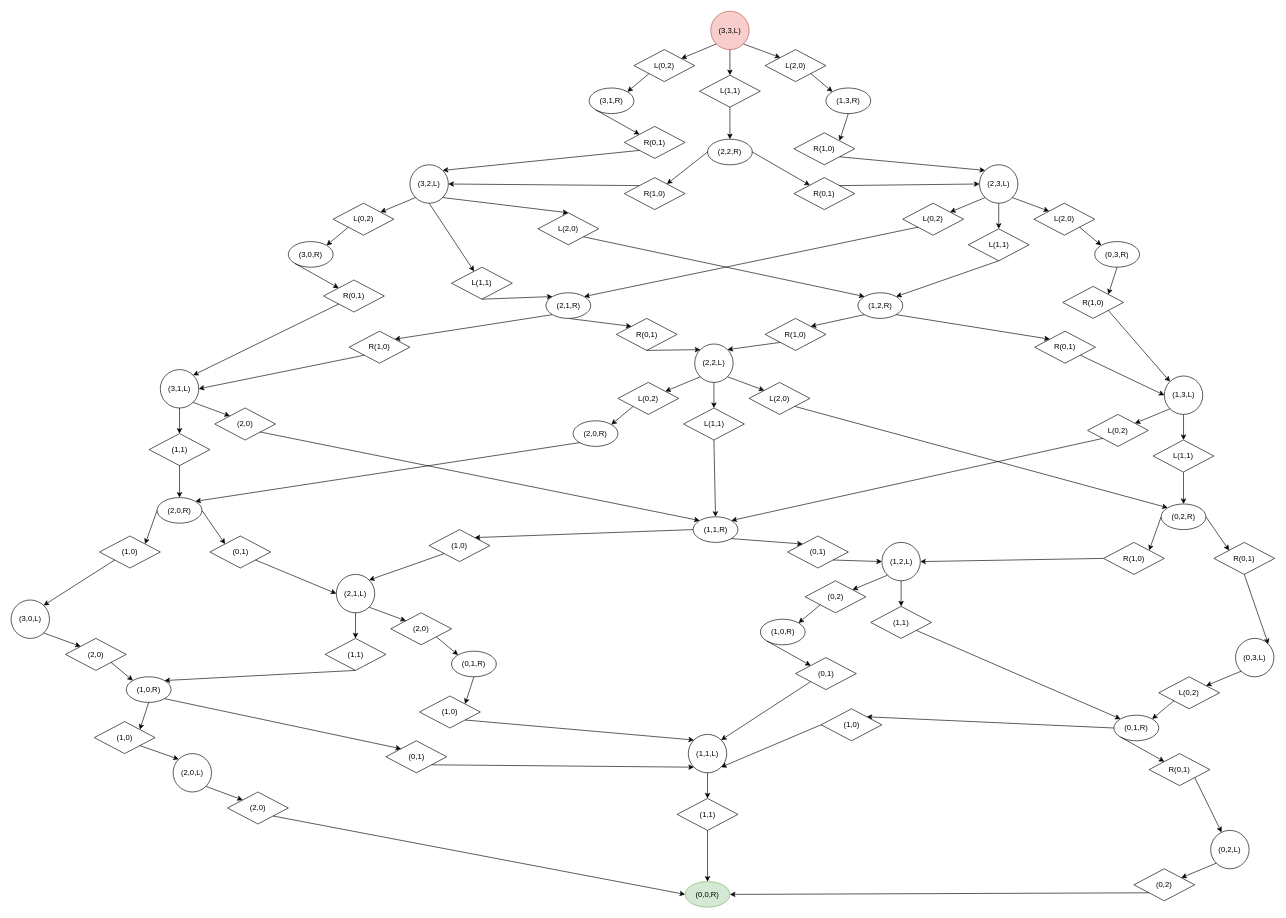
Before: Assignment 1.drawio in Vhuynh25/C-Homework, a draw.io diagram. Source tidied: cells renumbered, new cells numbered last; positions are measured from the earlier drawing's top-left corner, leaving out a move shared by most shapes. Both pictures are drawn from the tidied source at 64%, with x=0, y=0 at pixel (11, 11).
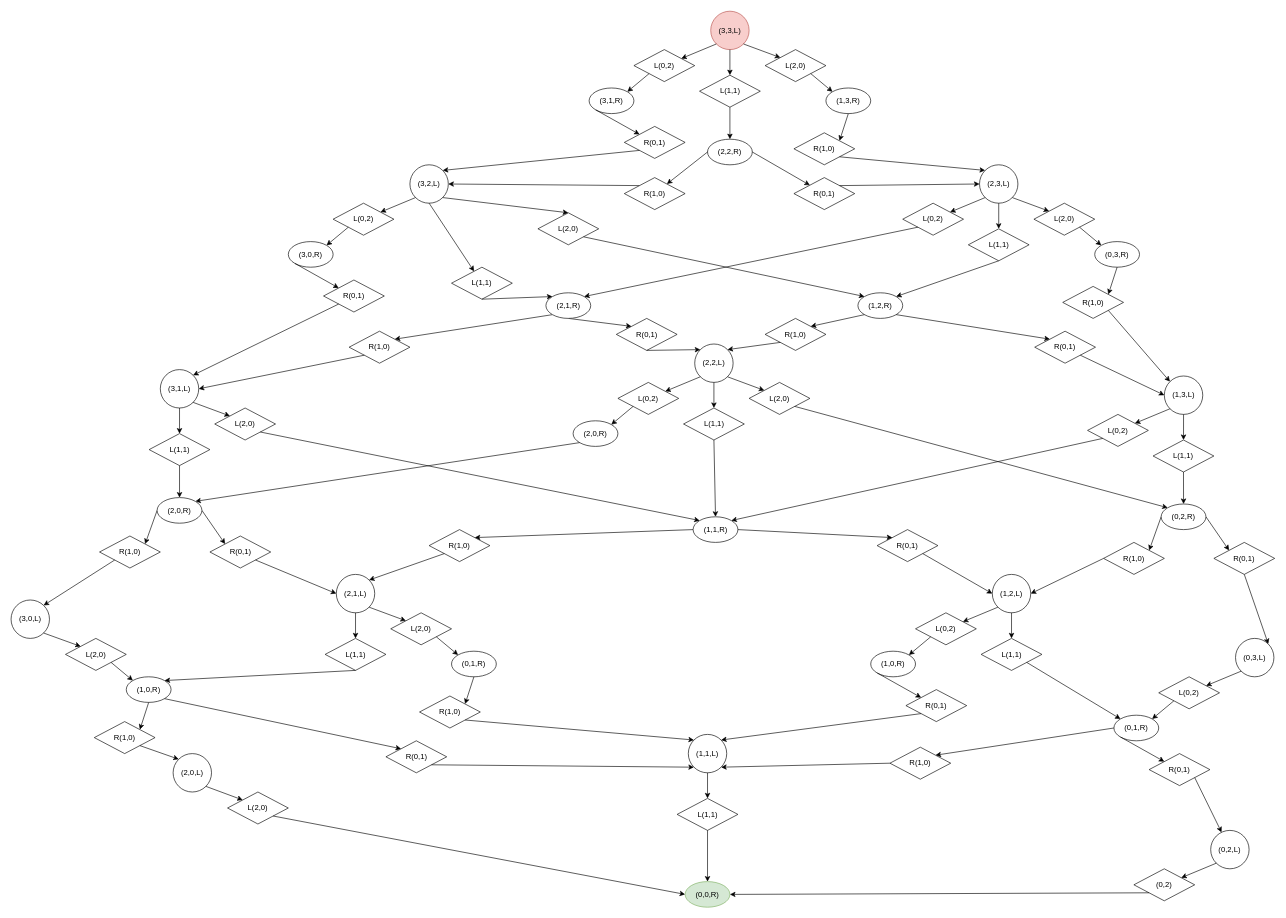
After the change.

The change refers to these unchanged cells:
```xml
<mxCell id="77" value="(1,1,R)" style="ellipse;whiteSpace=wrap;html=1;" parent="1" vertex="1">
  <mxGeometry x="1065.5" y="790" width="70" height="40" as="geometry" />
</mxCell>
```

What changed in the source:
```diff
@@
-    <mxCell id="78" value="(0,1)" style="rhombus;whiteSpace=wrap;html=1;" parent="1" vertex="1">
-      <mxGeometry x="1213" y="820" width="95" height="50" as="geometry" />
+    <mxCell id="78" value="R(0,1)" style="rhombus;whiteSpace=wrap;html=1;" parent="1" vertex="1">
+      <mxGeometry x="1353" y="810" width="95" height="50" as="geometry" />
     </mxCell>
-    <mxCell id="79" value="(1,0)" style="rhombus;whiteSpace=wrap;html=1;" parent="1" vertex="1">
+    <mxCell id="79" value="R(1,0)" style="rhombus;whiteSpace=wrap;html=1;" parent="1" vertex="1">
       <mxGeometry x="653" y="810" width="95" height="50" as="geometry" />
     </mxCell>
@@
-    <mxCell id="82" value="(1,1)" style="rhombus;whiteSpace=wrap;html=1;" parent="1" vertex="1">
+    <mxCell id="82" value="L(1,1)" style="rhombus;whiteSpace=wrap;html=1;" parent="1" vertex="1">
       <mxGeometry x="215.5" y="660" width="95" height="50" as="geometry" />
     </mxCell>
-    <mxCell id="83" value="(2,0)" style="rhombus;whiteSpace=wrap;html=1;" parent="1" vertex="1">
+    <mxCell id="83" value="L(2,0)" style="rhombus;whiteSpace=wrap;html=1;" parent="1" vertex="1">
       <mxGeometry x="318" y="620" width="95" height="50" as="geometry" />
     </mxCell>
@@
-    <mxCell id="91" value="(0,1)" style="rhombus;whiteSpace=wrap;html=1;" parent="1" vertex="1">
+    <mxCell id="91" value="R(0,1)" style="rhombus;whiteSpace=wrap;html=1;" parent="1" vertex="1">
       <mxGeometry x="310.5" y="820" width="95" height="50" as="geometry" />
     </mxCell>
-    <mxCell id="92" value="(1,0)" style="rhombus;whiteSpace=wrap;html=1;" parent="1" vertex="1">
+    <mxCell id="92" value="R(1,0)" style="rhombus;whiteSpace=wrap;html=1;" parent="1" vertex="1">
       <mxGeometry x="138" y="820" width="95" height="50" as="geometry" />
     </mxCell>
@@
-    <mxCell id="97" value="(2,0)" style="rhombus;whiteSpace=wrap;html=1;" parent="1" vertex="1">
+    <mxCell id="97" value="L(2,0)" style="rhombus;whiteSpace=wrap;html=1;" parent="1" vertex="1">
       <mxGeometry x="84.8" y="980" width="95" height="50" as="geometry" />
     </mxCell>
@@
-    <mxCell id="100" value="(1,0)" style="rhombus;whiteSpace=wrap;html=1;" parent="1" vertex="1">
+    <mxCell id="100" value="R(1,0)" style="rhombus;whiteSpace=wrap;html=1;" parent="1" vertex="1">
       <mxGeometry x="129.8" y="1110" width="95" height="50" as="geometry" />
     </mxCell>
@@
-    <mxCell id="104" value="(2,0)" style="rhombus;whiteSpace=wrap;html=1;" parent="1" vertex="1">
+    <mxCell id="104" value="L(2,0)" style="rhombus;whiteSpace=wrap;html=1;" parent="1" vertex="1">
       <mxGeometry x="338" y="1220" width="95" height="50" as="geometry" />
     </mxCell>
@@
-    <mxCell id="110" value="(1,1)" style="rhombus;whiteSpace=wrap;html=1;" parent="1" vertex="1">
+    <mxCell id="110" value="L(1,1)" style="rhombus;whiteSpace=wrap;html=1;" parent="1" vertex="1">
       <mxGeometry x="490.5" y="980" width="95" height="50" as="geometry" />
     </mxCell>
-    <mxCell id="111" value="(2,0)" style="rhombus;whiteSpace=wrap;html=1;" parent="1" vertex="1">
+    <mxCell id="111" value="L(2,0)" style="rhombus;whiteSpace=wrap;html=1;" parent="1" vertex="1">
       <mxGeometry x="593" y="940" width="95" height="50" as="geometry" />
     </mxCell>
@@
-    <mxCell id="116" value="(1,0)" style="rhombus;whiteSpace=wrap;html=1;" parent="1" vertex="1">
+    <mxCell id="116" value="R(1,0)" style="rhombus;whiteSpace=wrap;html=1;" parent="1" vertex="1">
       <mxGeometry x="638" y="1070" width="95" height="50" as="geometry" />
     </mxCell>
@@
-    <mxCell id="119" value="(0,1)" style="rhombus;whiteSpace=wrap;html=1;" parent="1" vertex="1">
+    <mxCell id="119" value="R(0,1)" style="rhombus;whiteSpace=wrap;html=1;" parent="1" vertex="1">
       <mxGeometry x="585.5" y="1140" width="95" height="50" as="geometry" />
     </mxCell>
@@
     <mxCell id="151" value="(1,2,L)" style="ellipse;whiteSpace=wrap;html=1;" parent="1" vertex="1">
-      <mxGeometry x="1360.5" y="830" width="60" height="60" as="geometry" />
+      <mxGeometry x="1533" y="880" width="60" height="60" as="geometry" />
     </mxCell>
     <mxCell id="152" value="(1,0,R)" style="ellipse;whiteSpace=wrap;html=1;" parent="1" vertex="1">
-      <mxGeometry x="1170.5" y="950" width="70" height="40" as="geometry" />
+      <mxGeometry x="1343" y="1000" width="70" height="40" as="geometry" />
     </mxCell>
-    <mxCell id="153" value="(1,1)" style="rhombus;whiteSpace=wrap;html=1;" parent="1" vertex="1">
-      <mxGeometry x="1343" y="930" width="95" height="50" as="geometry" />
+    <mxCell id="153" value="L(1,1)" style="rhombus;whiteSpace=wrap;html=1;" parent="1" vertex="1">
+      <mxGeometry x="1515.5" y="980" width="95" height="50" as="geometry" />
     </mxCell>
-    <mxCell id="154" value="(0,2)" style="rhombus;whiteSpace=wrap;html=1;" parent="1" vertex="1">
-      <mxGeometry x="1240.5" y="890" width="95" height="50" as="geometry" />
+    <mxCell id="154" value="L(0,2)" style="rhombus;whiteSpace=wrap;html=1;" parent="1" vertex="1">
+      <mxGeometry x="1413" y="940" width="95" height="50" as="geometry" />
     </mxCell>
@@
     <mxCell id="156" style="endArrow=classic;html=1;exitX=0;exitY=1;exitDx=0;exitDy=0;entryX=1;entryY=0;entryDx=0;entryDy=0;" parent="1" edge="1" source="154">
       <mxGeometry relative="1" as="geometry">
-        <mxPoint x="1230.2" y="955.9" as="targetPoint" />
+        <mxPoint x="1402.7" y="1005.9" as="targetPoint" />
       </mxGeometry>
     </mxCell>
@@
-    <mxCell id="159" value="(0,1)" style="rhombus;whiteSpace=wrap;html=1;" parent="1" vertex="1">
-      <mxGeometry x="1225.5" y="1010" width="95" height="50" as="geometry" />
+    <mxCell id="159" value="R(0,1)" style="rhombus;whiteSpace=wrap;html=1;" parent="1" vertex="1">
+      <mxGeometry x="1398" y="1060" width="95" height="50" as="geometry" />
     </mxCell>
     <mxCell id="160" style="endArrow=classic;html=1;exitX=0;exitY=1;exitDx=0;exitDy=0;entryX=0;entryY=0;entryDx=0;entryDy=0;" parent="1" edge="1" target="159">
       <mxGeometry relative="1" as="geometry">
-        <mxPoint x="1180.8" y="984.1" as="sourcePoint" />
+        <mxPoint x="1353.3" y="1034.1" as="sourcePoint" />
       </mxGeometry>
     </mxCell>
@@
-    <mxCell id="162" value="(1,0)" style="rhombus;whiteSpace=wrap;html=1;" parent="1" vertex="1">
-      <mxGeometry x="1265.5" y="1090" width="95" height="50" as="geometry" />
+    <mxCell id="162" value="R(1,0)" style="rhombus;whiteSpace=wrap;html=1;" parent="1" vertex="1">
+      <mxGeometry x="1373" y="1150" width="95" height="50" as="geometry" />
     </mxCell>
@@
-    <mxCell id="166" value="(1,1)" style="rhombus;whiteSpace=wrap;html=1;" parent="1" vertex="1">
+    <mxCell id="166" value="L(1,1)" style="rhombus;whiteSpace=wrap;html=1;" parent="1" vertex="1">
       <mxGeometry x="1040.5" y="1230" width="95" height="50" as="geometry" />
     </mxCell>
@@
-    <mxCell id="172" style="endArrow=classic;html=1;exitX=1;exitY=1;exitDx=0;exitDy=0;entryX=0;entryY=0;entryDx=0;entryDy=0;" parent="1" edge="1" source="77" target="78">
+    <mxCell id="172" style="endArrow=classic;html=1;exitX=1;exitY=0.5;exitDx=0;exitDy=0;entryX=0;entryY=0;entryDx=0;entryDy=0;" parent="1" edge="1" source="77" target="78">
       <mxGeometry relative="1" as="geometry" />
     </mxCell>
```
